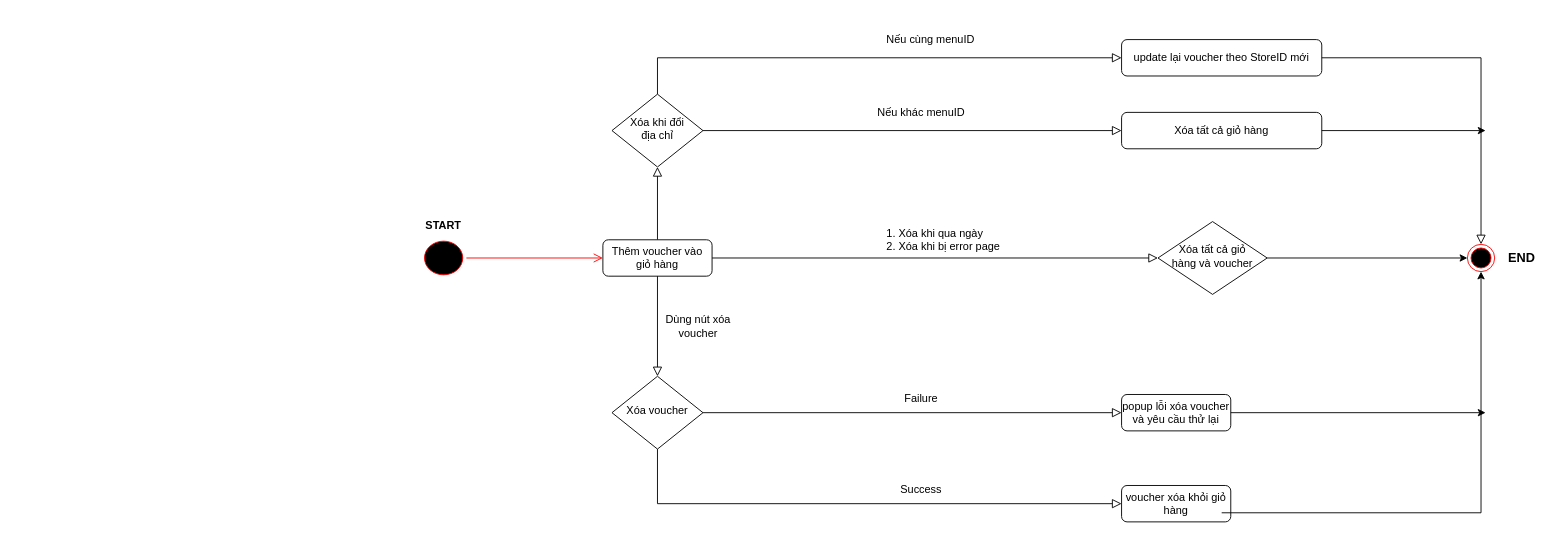
This is Untitled Diagram.drawio from giangnguyenpzh/deme-book, a draw.io file, before an edit. Source tidied: cells renumbered, new cells numbered last; positions are measured from the earlier drawing's top-left corner, leaving out a move shared by most shapes. Both pictures are drawn from the tidied source at 91%, with x=0, y=0 at pixel (416, 21).
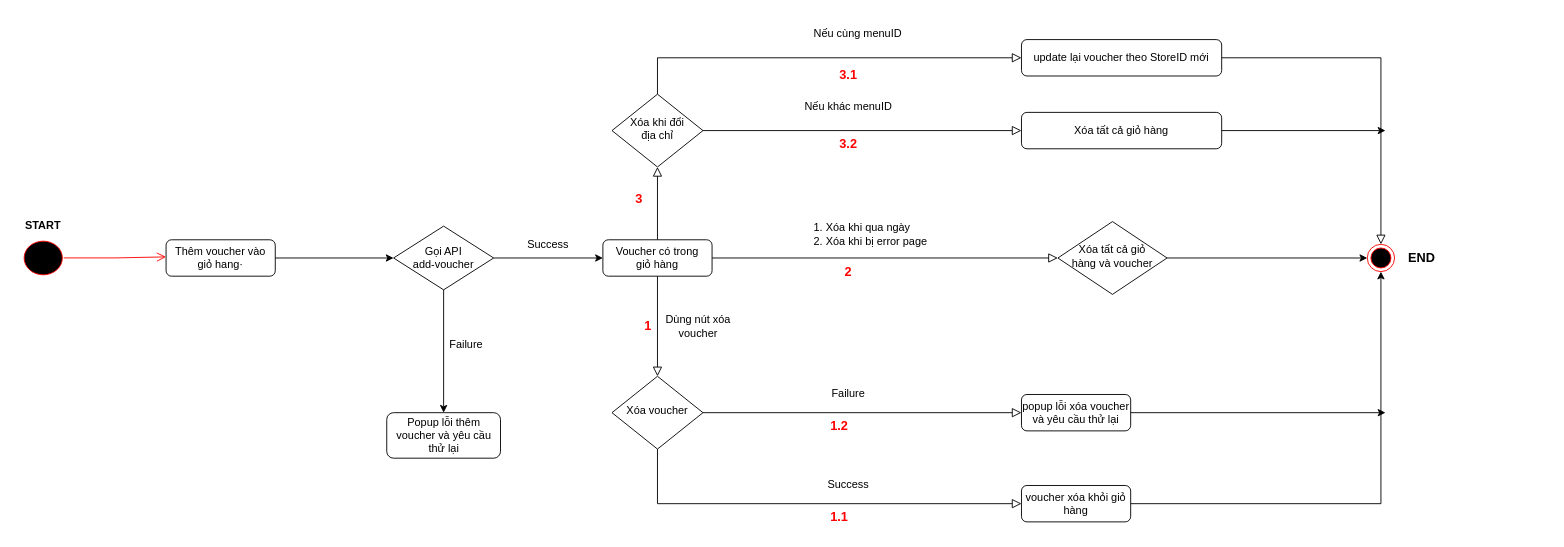
Above is the later version.

Change to the diagram source:
```diff
@@
-    <mxCell id="3" value="Thêm voucher vào giỏ hàng" style="rounded=1;whiteSpace=wrap;html=1;fontSize=12;glass=0;strokeWidth=1;shadow=0;" parent="1" vertex="1">
+    <mxCell id="3" value="Voucher có trong&lt;br&gt;giỏ hàng" style="rounded=1;whiteSpace=wrap;html=1;fontSize=12;glass=0;strokeWidth=1;shadow=0;" parent="1" vertex="1">
       <mxGeometry x="205" y="240" width="120" height="40" as="geometry" />
     </mxCell>
@@
     <mxCell id="5" value="popup lỗi xóa voucher và yêu cầu thử lại" style="rounded=1;whiteSpace=wrap;html=1;fontSize=12;glass=0;strokeWidth=1;shadow=0;" parent="1" vertex="1">
-      <mxGeometry x="775" y="410" width="120" height="40" as="geometry" />
+      <mxGeometry x="665" y="410" width="120" height="40" as="geometry" />
     </mxCell>
     <mxCell id="6" value="voucher xóa khỏi giỏ hàng" style="rounded=1;whiteSpace=wrap;html=1;fontSize=12;glass=0;strokeWidth=1;shadow=0;" parent="1" vertex="1">
-      <mxGeometry x="775" y="510" width="120" height="40" as="geometry" />
+      <mxGeometry x="665" y="510" width="120" height="40" as="geometry" />
     </mxCell>
@@
     <mxCell id="10" value="Success" style="text;html=1;strokeColor=none;fillColor=none;align=center;verticalAlign=middle;whiteSpace=wrap;rounded=0;" parent="1" vertex="1">
-      <mxGeometry x="525" y="500" width="60" height="30" as="geometry" />
+      <mxGeometry x="445" y="493.8" width="60" height="30" as="geometry" />
     </mxCell>
     <mxCell id="11" value="Failure" style="text;html=1;strokeColor=none;fillColor=none;align=center;verticalAlign=middle;whiteSpace=wrap;rounded=0;" parent="1" vertex="1">
-      <mxGeometry x="525" y="400" width="60" height="30" as="geometry" />
+      <mxGeometry x="445" y="393.8" width="60" height="30" as="geometry" />
     </mxCell>
@@
     <mxCell id="13" value="update lại voucher theo StoreID mới" style="rounded=1;whiteSpace=wrap;html=1;fontSize=12;glass=0;strokeWidth=1;shadow=0;" parent="1" vertex="1">
-      <mxGeometry x="775" y="20" width="220" height="40" as="geometry" />
+      <mxGeometry x="665" y="20" width="220" height="40" as="geometry" />
     </mxCell>
     <mxCell id="14" value="Xóa tất cả giỏ hàng" style="rounded=1;whiteSpace=wrap;html=1;fontSize=12;glass=0;strokeWidth=1;shadow=0;" parent="1" vertex="1">
-      <mxGeometry x="775" y="100" width="220" height="40" as="geometry" />
+      <mxGeometry x="665" y="100" width="220" height="40" as="geometry" />
     </mxCell>
@@
     <mxCell id="17" value="Xóa tất cả giỏ &lt;br&gt;hàng và voucher" style="rhombus;whiteSpace=wrap;html=1;shadow=0;fontFamily=Helvetica;fontSize=12;align=center;strokeWidth=1;spacing=6;spacingTop=-4;" parent="1" vertex="1">
-      <mxGeometry x="815" y="220" width="120" height="80" as="geometry" />
+      <mxGeometry x="705" y="220" width="120" height="80" as="geometry" />
     </mxCell>
@@
     <mxCell id="19" value="1. Xóa khi qua ngày&lt;br&gt;2. Xóa khi bị error page" style="text;html=1;strokeColor=none;fillColor=none;align=left;verticalAlign=middle;whiteSpace=wrap;rounded=0;" parent="1" vertex="1">
-      <mxGeometry x="515" y="220" width="130" height="40" as="geometry" />
+      <mxGeometry x="435" y="213.8" width="130" height="40" as="geometry" />
     </mxCell>
@@
     <mxCell id="21" style="ellipse;html=1;shape=endState;fillColor=#000000;strokeColor=#ff0000;" parent="1" vertex="1">
-      <mxGeometry x="1155" y="245" width="30" height="30" as="geometry" />
+      <mxGeometry x="1045" y="245" width="30" height="30" as="geometry" />
     </mxCell>
-    <mxCell id="22" style="ellipse;html=1;shape=startState;fillColor=#000000;strokeColor=#ff0000;" parent="1" vertex="1">
-      <mxGeometry x="5" y="237.5" width="50" height="45" as="geometry" />
-    </mxCell>
-    <mxCell id="23" style="edgeStyle=orthogonalEdgeStyle;html=1;verticalAlign=bottom;endArrow=open;endSize=8;strokeColor=#ff0000;rounded=0;entryX=0;entryY=0.5;entryDx=0;entryDy=0;" parent="1" edge="1" source="22" target="3">
-      <mxGeometry relative="1" as="geometry" />
+    <mxCell id="23" style="edgeStyle=orthogonalEdgeStyle;html=1;verticalAlign=bottom;endArrow=open;endSize=8;strokeColor=#ff0000;rounded=0;entryX=0;entryY=0.5;entryDx=0;entryDy=0;exitX=0.95;exitY=0.498;exitDx=0;exitDy=0;exitPerimeter=0;" parent="1" edge="1" source="41">
+      <mxGeometry relative="1" as="geometry">
+        <mxPoint x="-275" y="258.8" as="targetPoint" />
+      </mxGeometry>
     </mxCell>
     <mxCell id="24" value="&lt;b&gt;START&lt;/b&gt;" style="text;html=1;strokeColor=none;fillColor=none;align=center;verticalAlign=middle;whiteSpace=wrap;rounded=0;" parent="1" vertex="1">
-      <mxGeometry y="210" width="60" height="30" as="geometry" />
+      <mxGeometry x="-440" y="210" width="60" height="30" as="geometry" />
     </mxCell>
     <mxCell id="25" value="&lt;b&gt;&lt;font style=&quot;font-size: 14px;&quot;&gt;END&lt;/font&gt;&lt;/b&gt;" style="text;html=1;strokeColor=none;fillColor=none;align=center;verticalAlign=middle;whiteSpace=wrap;rounded=0;" parent="1" vertex="1">
-      <mxGeometry x="1185" y="245" width="60" height="30" as="geometry" />
+      <mxGeometry x="1075" y="245" width="60" height="30" as="geometry" />
     </mxCell>
@@
     <mxCell id="27" style="endArrow=classic;html=1;rounded=0;" parent="1" edge="1">
       <mxGeometry relative="1" as="geometry">
-        <mxPoint x="995" y="120" as="sourcePoint" />
-        <mxPoint x="1175" y="120" as="targetPoint" />
+        <mxPoint x="885" y="120" as="sourcePoint" />
+        <mxPoint x="1065" y="120" as="targetPoint" />
       </mxGeometry>
     </mxCell>
     <mxCell id="28" style="endArrow=classic;html=1;rounded=0;entryX=0;entryY=0.5;entryDx=0;entryDy=0;" parent="1" edge="1" target="21">
       <mxGeometry relative="1" as="geometry">
-        <mxPoint x="935" y="260" as="sourcePoint" />
+        <mxPoint x="825" y="260" as="sourcePoint" />
       </mxGeometry>
     </mxCell>
-    <mxCell id="29" style="endArrow=classic;html=1;rounded=0;entryX=0.5;entryY=1;entryDx=0;entryDy=0;" parent="1" edge="1" target="21">
+    <mxCell id="29" style="endArrow=classic;html=1;rounded=0;entryX=0.5;entryY=1;entryDx=0;entryDy=0;exitX=1;exitY=0.5;exitDx=0;exitDy=0;" parent="1" edge="1" source="6" target="21">
       <mxGeometry relative="1" as="geometry">
-        <mxPoint x="885" y="540" as="sourcePoint" />
         <Array as="points">
-          <mxPoint x="1170" y="540" />
+          <mxPoint x="1060" y="530" />
         </Array>
       </mxGeometry>
     </mxCell>
     <mxCell id="30" style="endArrow=classic;html=1;rounded=0;" parent="1" edge="1">
       <mxGeometry relative="1" as="geometry">
-        <mxPoint x="895" y="430" as="sourcePoint" />
-        <mxPoint x="1175" y="430" as="targetPoint" />
+        <mxPoint x="785" y="430" as="sourcePoint" />
+        <mxPoint x="1065" y="430" as="targetPoint" />
       </mxGeometry>
     </mxCell>
     <mxCell id="31" value="Nếu cùng menuID" style="text;html=1;strokeColor=none;fillColor=none;align=left;verticalAlign=middle;whiteSpace=wrap;rounded=0;" parent="1" vertex="1">
-      <mxGeometry x="515" width="130" height="40" as="geometry" />
+      <mxGeometry x="435" y="-6.2" width="130" height="40" as="geometry" />
     </mxCell>
     <mxCell id="32" value="Nếu khác menuID" style="text;html=1;strokeColor=none;fillColor=none;align=left;verticalAlign=middle;whiteSpace=wrap;rounded=0;" parent="1" vertex="1">
-      <mxGeometry x="505" y="80" width="130" height="40" as="geometry" />
+      <mxGeometry x="425" y="73.8" width="130" height="40" as="geometry" />
     </mxCell>
+    <mxCell id="33" value="Thêm voucher vào giỏ hang·" style="rounded=1;whiteSpace=wrap;html=1;fontSize=12;glass=0;strokeWidth=1;shadow=0;" parent="1" vertex="1">
+      <mxGeometry x="-275" y="240" width="120" height="40" as="geometry" />
+    </mxCell>
+    <mxCell id="34" value="Gọi API&lt;br&gt;add-voucher" style="rhombus;whiteSpace=wrap;html=1;" parent="1" vertex="1">
+      <mxGeometry x="-25" y="225" width="110" height="70" as="geometry" />
+    </mxCell>
+    <mxCell id="35" style="endArrow=classic;html=1;rounded=0;entryX=0;entryY=0.5;entryDx=0;entryDy=0;" parent="1" edge="1" target="3">
+      <mxGeometry relative="1" as="geometry">
+        <mxPoint x="85" y="260" as="sourcePoint" />
+      </mxGeometry>
+    </mxCell>
+    <mxCell id="36" value="Success" style="text;html=1;strokeColor=none;fillColor=none;align=center;verticalAlign=middle;whiteSpace=wrap;rounded=0;" parent="1" vertex="1">
+      <mxGeometry x="115" y="230" width="60" height="30" as="geometry" />
+    </mxCell>
+    <mxCell id="37" value="Popup lỗi thêm voucher và yêu cầu thử lại" style="rounded=1;whiteSpace=wrap;html=1;fontSize=12;glass=0;strokeWidth=1;shadow=0;" parent="1" vertex="1">
+      <mxGeometry x="-32.5" y="430" width="125" height="50" as="geometry" />
+    </mxCell>
+    <mxCell id="38" style="endArrow=classic;html=1;rounded=0;exitX=0.5;exitY=1;exitDx=0;exitDy=0;" parent="1" edge="1" source="34" target="37">
+      <mxGeometry relative="1" as="geometry" />
+    </mxCell>
+    <mxCell id="39" value="Failure" style="text;html=1;strokeColor=none;fillColor=none;align=center;verticalAlign=middle;whiteSpace=wrap;rounded=0;" parent="1" vertex="1">
+      <mxGeometry x="25" y="340" width="60" height="30" as="geometry" />
+    </mxCell>
+    <mxCell id="40" style="endArrow=classic;html=1;rounded=0;entryX=0;entryY=0.5;entryDx=0;entryDy=0;" parent="1" edge="1" target="34">
+      <mxGeometry relative="1" as="geometry">
+        <mxPoint x="-155" y="260" as="sourcePoint" />
+      </mxGeometry>
+    </mxCell>
+    <mxCell id="41" style="ellipse;html=1;shape=startState;fillColor=#000000;strokeColor=#ff0000;" parent="1" vertex="1">
+      <mxGeometry x="-435" y="237.5" width="50" height="45" as="geometry" />
+    </mxCell>
+    <mxCell id="42" value="&lt;b&gt;&lt;font style=&quot;font-size: 14px;&quot;&gt;1&lt;/font&gt;&lt;/b&gt;" style="text;html=1;strokeColor=none;fillColor=none;align=center;verticalAlign=middle;whiteSpace=wrap;rounded=0;fontColor=#ff0000;" parent="1" vertex="1">
+      <mxGeometry x="225" y="320" width="60" height="30" as="geometry" />
+    </mxCell>
+    <mxCell id="43" value="&lt;b&gt;&lt;font style=&quot;font-size: 14px;&quot;&gt;1.1&lt;/font&gt;&lt;/b&gt;" style="text;html=1;strokeColor=none;fillColor=none;align=center;verticalAlign=middle;whiteSpace=wrap;rounded=0;fontColor=#ff0000;" parent="1" vertex="1">
+      <mxGeometry x="435" y="530" width="60" height="30" as="geometry" />
+    </mxCell>
+    <mxCell id="44" value="&lt;b&gt;&lt;font style=&quot;font-size: 14px;&quot;&gt;1.2&lt;/font&gt;&lt;/b&gt;" style="text;html=1;strokeColor=none;fillColor=none;align=center;verticalAlign=middle;whiteSpace=wrap;rounded=0;fontColor=#ff0000;" parent="1" vertex="1">
+      <mxGeometry x="435" y="430" width="60" height="30" as="geometry" />
+    </mxCell>
+    <mxCell id="45" value="&lt;b&gt;&lt;font style=&quot;font-size: 14px;&quot;&gt;2&lt;/font&gt;&lt;/b&gt;" style="text;html=1;strokeColor=none;fillColor=none;align=center;verticalAlign=middle;whiteSpace=wrap;rounded=0;fontColor=#ff0000;" parent="1" vertex="1">
+      <mxGeometry x="445" y="260" width="60" height="30" as="geometry" />
+    </mxCell>
+    <mxCell id="46" value="&lt;b&gt;&lt;font style=&quot;font-size: 14px;&quot;&gt;3&lt;/font&gt;&lt;/b&gt;" style="text;html=1;strokeColor=none;fillColor=none;align=center;verticalAlign=middle;whiteSpace=wrap;rounded=0;fontColor=#ff0000;" parent="1" vertex="1">
+      <mxGeometry x="215" y="180" width="60" height="30" as="geometry" />
+    </mxCell>
+    <mxCell id="47" value="&lt;b&gt;&lt;font style=&quot;font-size: 14px;&quot;&gt;3.1&lt;/font&gt;&lt;/b&gt;" style="text;html=1;strokeColor=none;fillColor=none;align=center;verticalAlign=middle;whiteSpace=wrap;rounded=0;fontColor=#ff0000;" parent="1" vertex="1">
+      <mxGeometry x="445" y="43.8" width="60" height="30" as="geometry" />
+    </mxCell>
+    <mxCell id="48" value="&lt;b&gt;&lt;font style=&quot;font-size: 14px;&quot;&gt;3.2&lt;/font&gt;&lt;/b&gt;" style="text;html=1;strokeColor=none;fillColor=none;align=center;verticalAlign=middle;whiteSpace=wrap;rounded=0;fontColor=#ff0000;" parent="1" vertex="1">
+      <mxGeometry x="445" y="120" width="60" height="30" as="geometry" />
+    </mxCell>
```
